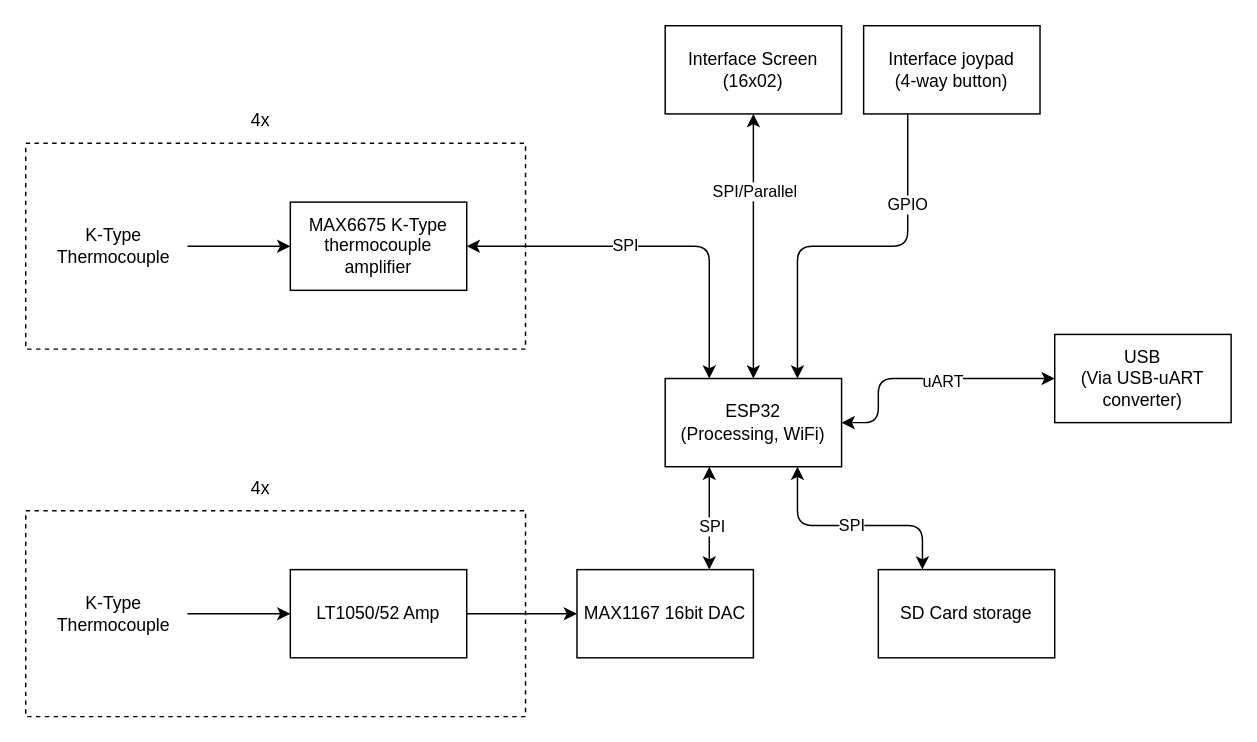
The draw.io diagram development/blockDiagram.drawio in fred-corp/EG4L-ThermoLogger, before the edit. Source tidied: cells renumbered, new cells numbered last; positions are measured from the earlier drawing's top-left corner, leaving out a move shared by most shapes. Both pictures are drawn from the tidied source at 147%, with x=0, y=0 at pixel (25, 25).
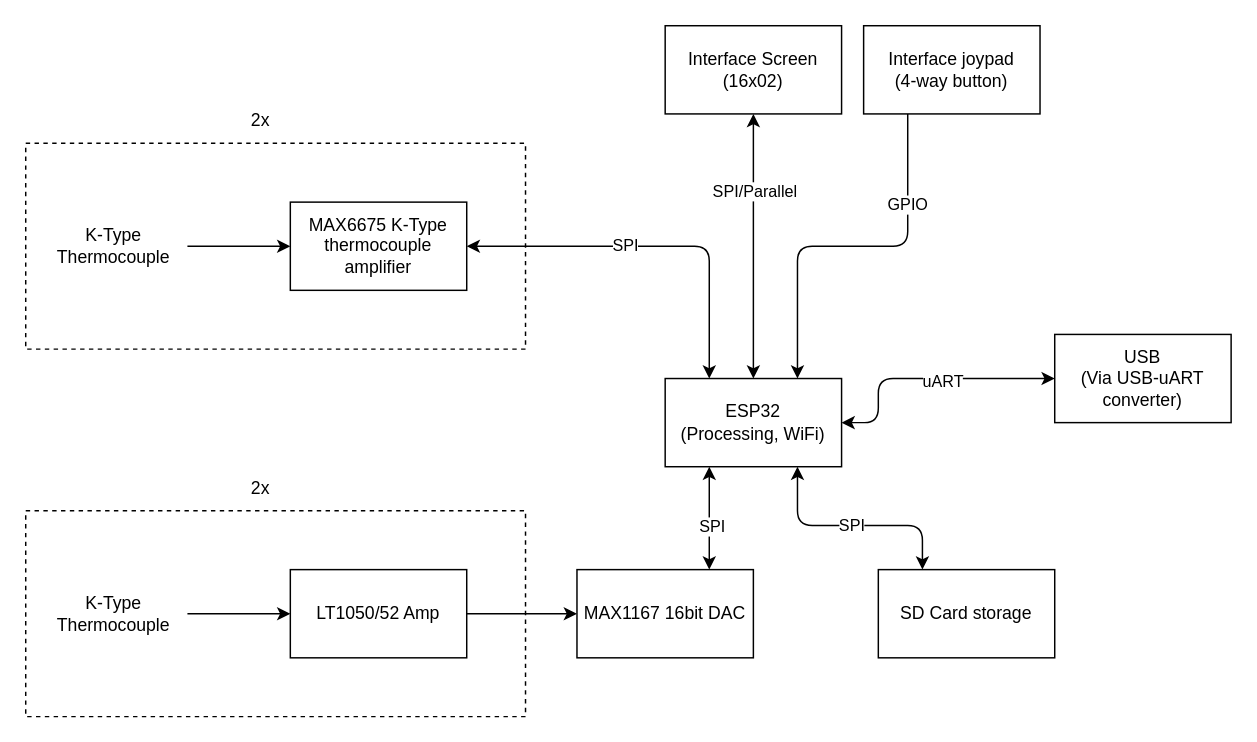
The same page after the edit.

Commit message (it also covers changes not shown here):
changed amount of inputs

Diff of the diagram source:
```diff
@@
-    <mxCell id="11" value="4x" style="text;html=1;strokeColor=none;fillColor=none;align=center;verticalAlign=middle;whiteSpace=wrap;rounded=0;dashed=1;" parent="1" vertex="1">
+    <mxCell id="11" value="2x" style="text;html=1;strokeColor=none;fillColor=none;align=center;verticalAlign=middle;whiteSpace=wrap;rounded=0;dashed=1;" parent="1" vertex="1">
       <mxGeometry x="130" y="50" width="60" height="30" as="geometry" />
     </mxCell>
@@
-    <mxCell id="16" value="4x" style="text;html=1;strokeColor=none;fillColor=none;align=center;verticalAlign=middle;whiteSpace=wrap;rounded=0;dashed=1;" parent="1" vertex="1">
+    <mxCell id="16" value="2x" style="text;html=1;strokeColor=none;fillColor=none;align=center;verticalAlign=middle;whiteSpace=wrap;rounded=0;dashed=1;" parent="1" vertex="1">
       <mxGeometry x="130" y="300" width="60" height="30" as="geometry" />
     </mxCell>
```
